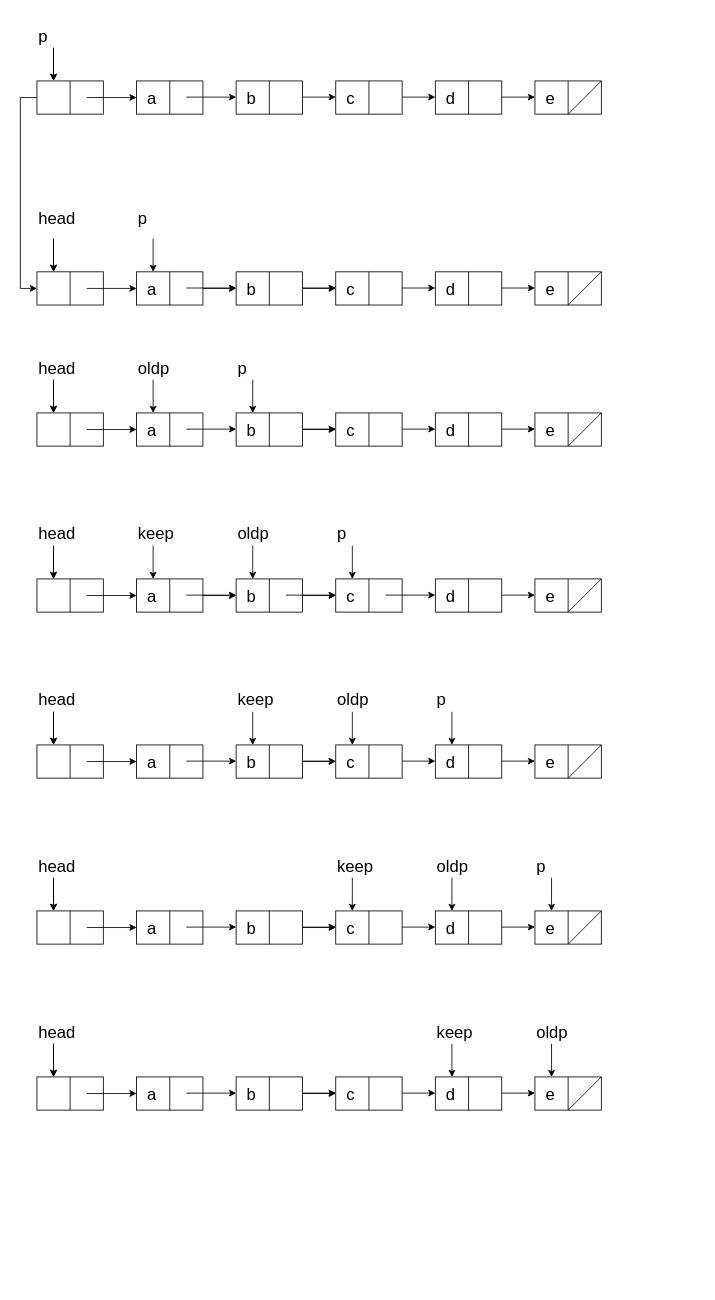
PoriPoriPori/Pori keeps this draw.io diagram as Untitled Diagram.drawio. Above is the earlier version. Source tidied: cells renumbered, new cells numbered last; positions are measured from the earlier drawing's top-left corner, leaving out a move shared by most shapes. Both pictures are drawn from the tidied source at 83%, with x=0, y=0 at pixel (37, 14).
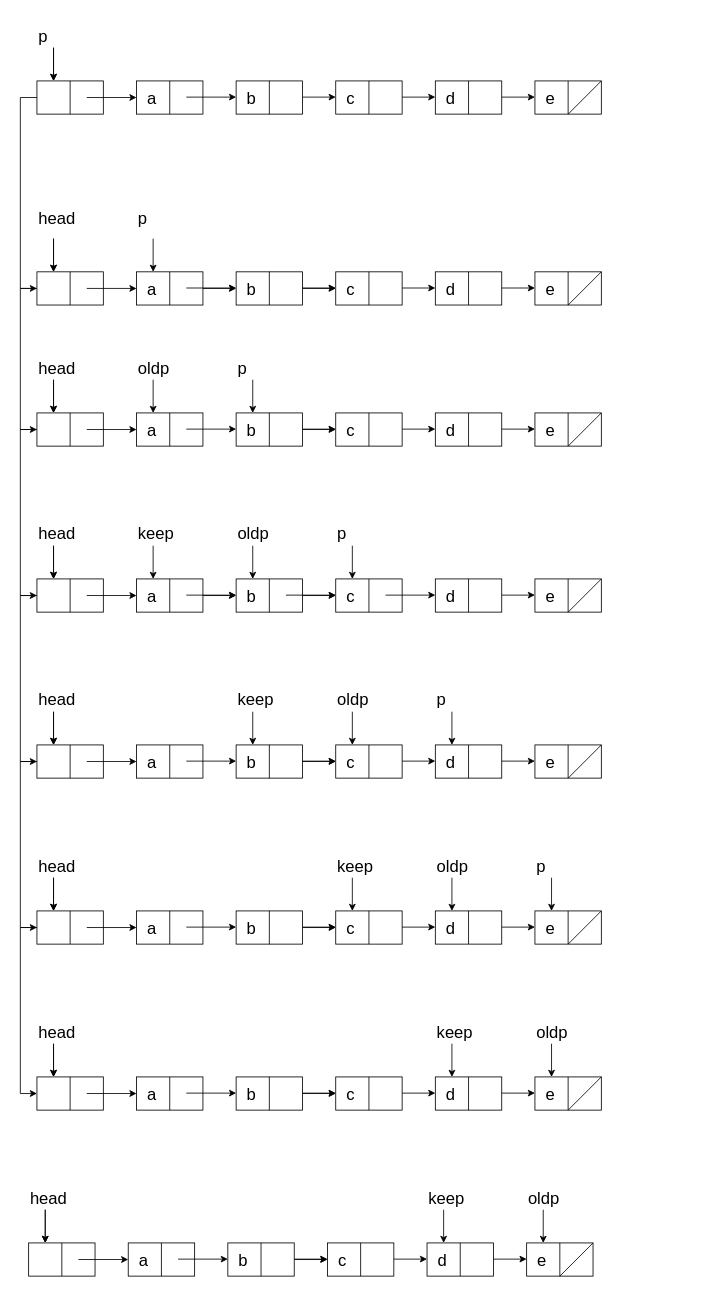
After the change.

Unchanged cells that the change refers to:
```xml
<mxCell id="28" style="rounded=0;whiteSpace=wrap;html=1;comic=0;" parent="27" vertex="1">
  <mxGeometry y="40" width="80" height="40" as="geometry" />
</mxCell>
<mxCell id="53" style="rounded=0;whiteSpace=wrap;html=1;comic=0;" parent="52" vertex="1">
  <mxGeometry y="40" width="80" height="40" as="geometry" />
</mxCell>
<mxCell id="80" style="rounded=0;whiteSpace=wrap;html=1;comic=0;" parent="79" vertex="1">
  <mxGeometry y="40" width="80" height="40" as="geometry" />
</mxCell>
<mxCell id="109" style="rounded=0;whiteSpace=wrap;html=1;comic=0;" parent="108" vertex="1">
  <mxGeometry y="40" width="80" height="40" as="geometry" />
</mxCell>
<mxCell id="137" style="rounded=0;whiteSpace=wrap;html=1;comic=0;" parent="136" vertex="1">
  <mxGeometry y="40" width="80" height="40" as="geometry" />
</mxCell>
<mxCell id="188" style="rounded=0;whiteSpace=wrap;html=1;comic=0;" parent="187" vertex="1">
  <mxGeometry y="40" width="80" height="40" as="geometry" />
</mxCell>
```

Diff of the diagram source:
```diff
@@
+    <mxCell id="216" style="edgeStyle=orthogonalEdgeStyle;rounded=0;jettySize=auto;html=1;exitX=0;exitY=0.5;exitDx=0;exitDy=0;entryX=0;entryY=0.5;entryDx=0;entryDy=0;" parent="1" edge="1" source="137" target="80">
+      <mxGeometry relative="1" as="geometry" />
+    </mxCell>
+    <mxCell id="217" style="edgeStyle=orthogonalEdgeStyle;rounded=0;jettySize=auto;html=1;exitX=0;exitY=0.5;exitDx=0;exitDy=0;entryX=0;entryY=0.5;entryDx=0;entryDy=0;" parent="1" edge="1" source="80" target="53">
+      <mxGeometry relative="1" as="geometry" />
+    </mxCell>
+    <mxCell id="218" style="edgeStyle=orthogonalEdgeStyle;rounded=0;jettySize=auto;html=1;exitX=0;exitY=0.5;exitDx=0;exitDy=0;entryX=0;entryY=0.5;entryDx=0;entryDy=0;" parent="1" edge="1" source="53" target="109">
+      <mxGeometry relative="1" as="geometry" />
+    </mxCell>
+    <mxCell id="219" style="edgeStyle=orthogonalEdgeStyle;rounded=0;jettySize=auto;html=1;exitX=0;exitY=0.5;exitDx=0;exitDy=0;entryX=0;entryY=0.5;entryDx=0;entryDy=0;" parent="1" edge="1" source="109" target="28">
+      <mxGeometry relative="1" as="geometry" />
+    </mxCell>
+    <mxCell id="220" style="edgeStyle=orthogonalEdgeStyle;rounded=0;jettySize=auto;html=1;exitX=0;exitY=0.5;exitDx=0;exitDy=0;entryX=0;entryY=0.5;entryDx=0;entryDy=0;" parent="1" edge="1" source="28" target="188">
+      <mxGeometry relative="1" as="geometry" />
+    </mxCell>
+    <mxCell id="221" style="group;" parent="1" vertex="1">
+      <mxGeometry x="-10" y="1400" width="680" height="120" as="geometry" />
+    </mxCell>
+    <mxCell id="222" style="group;" parent="221" vertex="1">
+      <mxGeometry y="40" width="680" height="80" as="geometry" />
+    </mxCell>
+    <mxCell id="223" style="rounded=0;whiteSpace=wrap;html=1;comic=0;" parent="222" vertex="1">
+      <mxGeometry y="40" width="80" height="40" as="geometry" />
+    </mxCell>
+    <mxCell id="224" style="endArrow=none;html=1;exitX=0.5;exitY=1;exitDx=0;exitDy=0;entryX=0.5;entryY=0;entryDx=0;entryDy=0;comic=0;" parent="222" edge="1" source="223" target="223">
+      <mxGeometry relative="1" as="geometry" />
+    </mxCell>
+    <mxCell id="225" style="endArrow=none;html=1;exitX=0.5;exitY=1;exitDx=0;exitDy=0;entryX=0.5;entryY=0;entryDx=0;entryDy=0;comic=0;" parent="222" edge="1">
+      <mxGeometry relative="1" as="geometry">
+        <mxPoint x="280" y="80" as="sourcePoint" />
+        <mxPoint x="280" y="40" as="targetPoint" />
+      </mxGeometry>
+    </mxCell>
+    <mxCell id="226" value="&lt;div style=&quot;font-size: 30px&quot; align=&quot;left&quot;&gt;&lt;p style=&quot;font-size: 20px&quot;&gt;&amp;nbsp; a&lt;/p&gt;&lt;/div&gt;" style="rounded=0;whiteSpace=wrap;html=1;comic=0;align=left;" parent="222" vertex="1">
+      <mxGeometry x="120" y="40" width="80" height="40" as="geometry" />
+    </mxCell>
+    <mxCell id="227" style="endArrow=none;html=1;exitX=0.5;exitY=1;exitDx=0;exitDy=0;entryX=0.5;entryY=0;entryDx=0;entryDy=0;comic=0;" parent="222" edge="1" source="226" target="226">
+      <mxGeometry relative="1" as="geometry" />
+    </mxCell>
+    <mxCell id="228" style="endArrow=classic;html=1;comic=0;" parent="222" edge="1">
+      <mxGeometry relative="1" as="geometry">
+        <mxPoint x="60" y="60" as="sourcePoint" />
+        <mxPoint x="120" y="60" as="targetPoint" />
+      </mxGeometry>
+    </mxCell>
+    <mxCell id="229" style="endArrow=classic;html=1;comic=0;" parent="222" edge="1">
+      <mxGeometry relative="1" as="geometry">
+        <mxPoint x="180" y="59.5" as="sourcePoint" />
+        <mxPoint x="240" y="59.5" as="targetPoint" />
+      </mxGeometry>
+    </mxCell>
+    <mxCell id="230" style="endArrow=classic;html=1;comic=0;" parent="222" edge="1">
+      <mxGeometry relative="1" as="geometry">
+        <mxPoint x="300" y="59.5" as="sourcePoint" />
+        <mxPoint x="360" y="59.5" as="targetPoint" />
+      </mxGeometry>
+    </mxCell>
+    <mxCell id="231" style="endArrow=classic;html=1;comic=0;" parent="222" edge="1">
+      <mxGeometry relative="1" as="geometry">
+        <mxPoint x="420" y="59.5" as="sourcePoint" />
+        <mxPoint x="480" y="59.5" as="targetPoint" />
+      </mxGeometry>
+    </mxCell>
+    <mxCell id="232" style="endArrow=classic;html=1;comic=0;" parent="222" edge="1">
+      <mxGeometry relative="1" as="geometry">
+        <mxPoint x="540" y="59.5" as="sourcePoint" />
+        <mxPoint x="600" y="59.5" as="targetPoint" />
+      </mxGeometry>
+    </mxCell>
+    <mxCell id="233" style="endArrow=classic;html=1;entryX=0.25;entryY=0;entryDx=0;entryDy=0;comic=0;" parent="222" edge="1" target="223">
+      <mxGeometry relative="1" as="geometry">
+        <mxPoint x="20" as="sourcePoint" />
+      </mxGeometry>
+    </mxCell>
+    <mxCell id="234" style="endArrow=classic;html=1;entryX=0.25;entryY=0;entryDx=0;entryDy=0;comic=0;" parent="222" edge="1">
+      <mxGeometry relative="1" as="geometry">
+        <mxPoint x="20" as="sourcePoint" />
+        <mxPoint x="20" y="40" as="targetPoint" />
+      </mxGeometry>
+    </mxCell>
+    <mxCell id="235" style="edgeStyle=orthogonalEdgeStyle;rounded=0;jettySize=auto;html=1;" parent="222" edge="1" source="236" target="240">
+      <mxGeometry relative="1" as="geometry" />
+    </mxCell>
+    <mxCell id="236" value="&lt;div style=&quot;font-size: 30px&quot; align=&quot;left&quot;&gt;&lt;p style=&quot;font-size: 20px&quot;&gt;&amp;nbsp; b&lt;br&gt;&lt;/p&gt;&lt;/div&gt;" style="rounded=0;whiteSpace=wrap;html=1;comic=0;align=left;" parent="222" vertex="1">
+      <mxGeometry x="240" y="40" width="80" height="40" as="geometry" />
+    </mxCell>
+    <mxCell id="237" style="endArrow=none;html=1;exitX=0.5;exitY=1;exitDx=0;exitDy=0;entryX=0.5;entryY=0;entryDx=0;entryDy=0;comic=0;" parent="222" edge="1" source="236" target="236">
+      <mxGeometry relative="1" as="geometry" />
+    </mxCell>
+    <mxCell id="238" value="&lt;div style=&quot;font-size: 30px&quot; align=&quot;left&quot;&gt;&lt;p style=&quot;font-size: 20px&quot;&gt;&amp;nbsp; d&lt;br&gt;&lt;/p&gt;&lt;/div&gt;" style="rounded=0;whiteSpace=wrap;html=1;comic=0;align=left;" parent="222" vertex="1">
+      <mxGeometry x="480" y="40" width="80" height="40" as="geometry" />
+    </mxCell>
+    <mxCell id="239" style="endArrow=none;html=1;exitX=0.5;exitY=1;exitDx=0;exitDy=0;entryX=0.5;entryY=0;entryDx=0;entryDy=0;comic=0;" parent="222" edge="1" source="238" target="238">
+      <mxGeometry relative="1" as="geometry" />
+    </mxCell>
+    <mxCell id="240" value="&lt;div style=&quot;font-size: 30px&quot; align=&quot;left&quot;&gt;&lt;p style=&quot;font-size: 20px&quot;&gt;&amp;nbsp; c&lt;br&gt;&lt;/p&gt;&lt;/div&gt;" style="rounded=0;whiteSpace=wrap;html=1;comic=0;align=left;" parent="222" vertex="1">
+      <mxGeometry x="360" y="40" width="80" height="40" as="geometry" />
+    </mxCell>
+    <mxCell id="241" style="endArrow=none;html=1;exitX=0.5;exitY=1;exitDx=0;exitDy=0;entryX=0.5;entryY=0;entryDx=0;entryDy=0;comic=0;" parent="222" edge="1" source="240" target="240">
+      <mxGeometry relative="1" as="geometry" />
+    </mxCell>
+    <mxCell id="242" value="&lt;div style=&quot;font-size: 30px&quot; align=&quot;left&quot;&gt;&lt;p style=&quot;font-size: 20px&quot;&gt;&amp;nbsp; e&lt;br&gt;&lt;/p&gt;&lt;/div&gt;" style="rounded=0;whiteSpace=wrap;html=1;comic=0;align=left;" parent="222" vertex="1">
+      <mxGeometry x="600" y="40" width="80" height="40" as="geometry" />
+    </mxCell>
+    <mxCell id="243" style="endArrow=none;html=1;exitX=0.5;exitY=1;exitDx=0;exitDy=0;entryX=0.5;entryY=0;entryDx=0;entryDy=0;comic=0;" parent="222" edge="1" source="242" target="242">
+      <mxGeometry relative="1" as="geometry" />
+    </mxCell>
+    <mxCell id="244" style="endArrow=none;html=1;entryX=1;entryY=0;entryDx=0;entryDy=0;exitX=0.5;exitY=1;exitDx=0;exitDy=0;" parent="222" edge="1" source="242" target="242">
+      <mxGeometry relative="1" as="geometry" />
+    </mxCell>
+    <mxCell id="245" value="&lt;div style=&quot;font-size: 20px&quot;&gt;head&lt;/div&gt;" style="text;whiteSpace=wrap;html=1;align=left;verticalAlign=bottom;" parent="221" vertex="1">
+      <mxGeometry width="80" height="40" as="geometry" />
+    </mxCell>
+    <mxCell id="246" value="&lt;div style=&quot;font-size: 20px&quot;&gt;oldp&lt;br&gt;&lt;/div&gt;" style="text;whiteSpace=wrap;html=1;align=left;verticalAlign=bottom;" parent="1" vertex="1">
+      <mxGeometry x="590" y="1400" width="80" height="40" as="geometry" />
+    </mxCell>
+    <mxCell id="247" value="&lt;div style=&quot;font-size: 20px&quot;&gt;keep&lt;br&gt;&lt;/div&gt;" style="text;whiteSpace=wrap;html=1;align=left;verticalAlign=bottom;" parent="1" vertex="1">
+      <mxGeometry x="470" y="1400" width="80" height="40" as="geometry" />
+    </mxCell>
+    <mxCell id="248" style="endArrow=classic;html=1;entryX=0.25;entryY=0;entryDx=0;entryDy=0;comic=0;" parent="1" edge="1">
+      <mxGeometry x="530" y="1440" as="geometry">
+        <mxPoint x="490" y="1440" as="sourcePoint" />
+        <mxPoint x="490" y="1480" as="targetPoint" />
+      </mxGeometry>
+    </mxCell>
+    <mxCell id="249" style="endArrow=classic;html=1;entryX=0.25;entryY=0;entryDx=0;entryDy=0;comic=0;" parent="1" edge="1">
+      <mxGeometry x="530" y="1440" as="geometry">
+        <mxPoint x="610" y="1440" as="sourcePoint" />
+        <mxPoint x="610" y="1480" as="targetPoint" />
+      </mxGeometry>
+    </mxCell>
```
